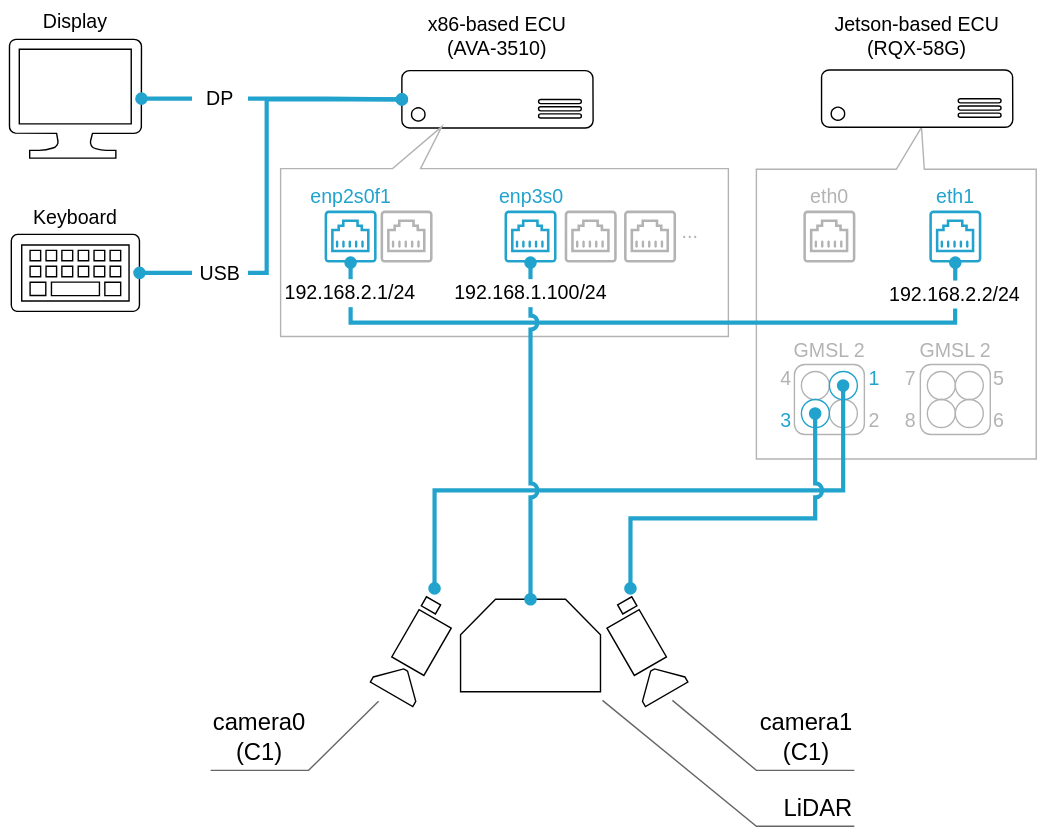
tier4/edge-auto keeps this draw.io diagram as docs/tutorials/connection.drawio.svg. Above is the earlier version. Source tidied: cells renumbered, new cells last; positions are measured from the earlier drawing's top-left corner, leaving out a move shared by most shapes.
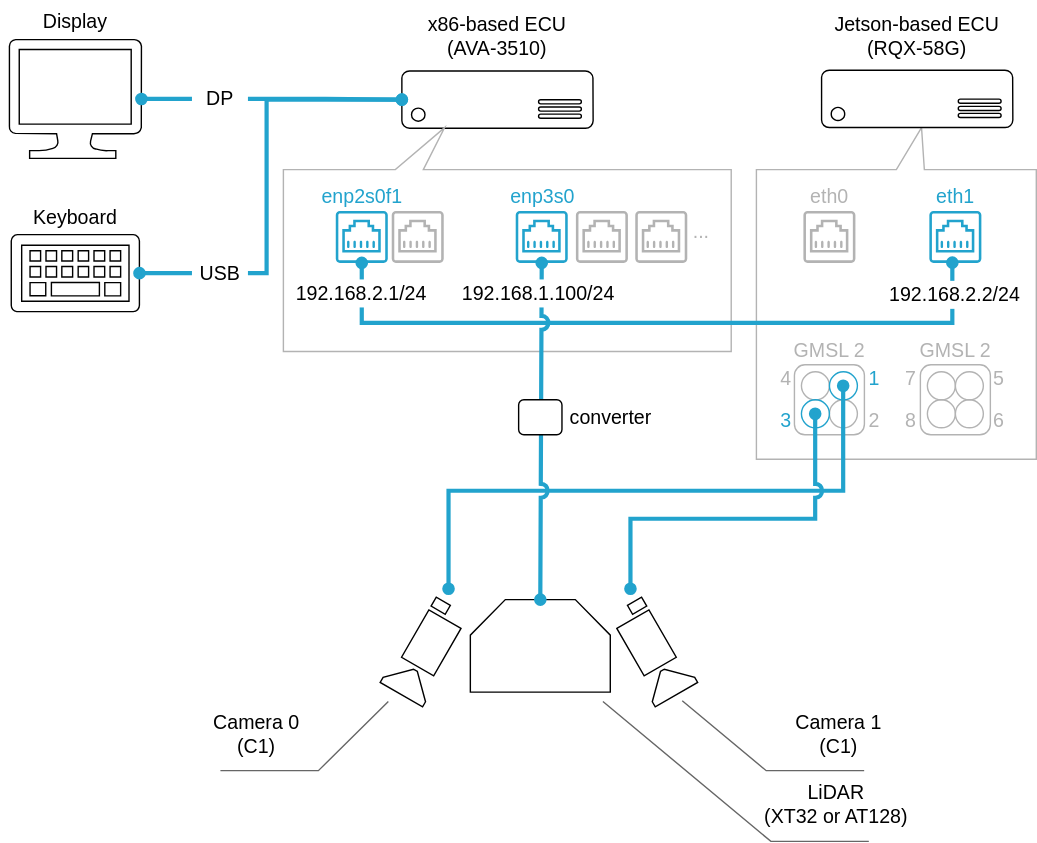
After the commit.

What changed in the source:
```diff
@@ -1,2 +1,2 @@
-<mxGraphModel>
+<mxGraphModel background="#ffffff">
   <root>
@@ -5,3 +5,3 @@
     <mxCell id="2" style="sketch=0;shadow=0;dashed=0;html=1;labelPosition=center;verticalLabelPosition=bottom;verticalAlign=top;align=center;shape=mxgraph.office.devices.video_camera;fontSize=24;flipH=1;direction=south;rotation=30;" parent="1" vertex="1">
-      <mxGeometry x="280" y="427.8" width="35" height="72.8" as="geometry" />
+      <mxGeometry x="287" y="427.8" width="35" height="72.8" as="geometry" />
     </mxCell>
@@ -10,3 +10,3 @@
     </mxCell>
-    <mxCell id="4" value="&lt;font style=&quot;font-size: 14px;&quot;&gt;&lt;span style=&quot;font-size: 14px;&quot;&gt;x86-based ECU&lt;br&gt;(AVA-3510)&lt;br&gt;&lt;/span&gt;&lt;/font&gt;" style="text;html=1;strokeColor=none;fillColor=none;align=center;verticalAlign=middle;whiteSpace=wrap;rounded=0;fontSize=14;fontStyle=0;" parent="1" vertex="1">
+    <mxCell id="4" value="&lt;font style=&quot;font-size: 14px;&quot;&gt;&lt;span style=&quot;font-size: 14px;&quot;&gt;x86-based ECU&lt;br&gt;(AVA-3510)&lt;br&gt;&lt;/span&gt;&lt;/font&gt;" style="text;html=1;strokeColor=none;fillColor=none;align=center;verticalAlign=middle;whiteSpace=wrap;rounded=0;fontSize=14;fontStyle=0;fontColor=#000000;" parent="1" vertex="1">
       <mxGeometry x="270" y="10" width="170" height="30" as="geometry" />
@@ -65,3 +65,3 @@
     <mxCell id="22" style="sketch=0;shadow=0;dashed=0;html=1;labelPosition=center;verticalLabelPosition=bottom;verticalAlign=top;align=center;shape=mxgraph.office.devices.video_camera;fontSize=24;direction=south;rotation=330;" parent="1" vertex="1">
-      <mxGeometry x="440.2" y="427.8" width="35" height="72.8" as="geometry" />
+      <mxGeometry x="447.2" y="427.8" width="35" height="72.8" as="geometry" />
     </mxCell>
@@ -72,6 +72,7 @@
       <mxGeometry relative="1" as="geometry">
-        <mxPoint x="310" y="420" as="sourcePoint" />
+        <mxPoint x="320" y="420" as="sourcePoint" />
         <mxPoint x="602" y="275" as="targetPoint" />
         <Array as="points">
-          <mxPoint x="310" y="350" />
+          <mxPoint x="320" y="420" />
+          <mxPoint x="320" y="350" />
           <mxPoint x="602" y="350" />
@@ -95,6 +96,6 @@
     </mxCell>
-    <mxCell id="30" value="&lt;font style=&quot;font-size: 14px&quot;&gt;&lt;span style=&quot;font-size: 14px&quot;&gt;Display&lt;/span&gt;&lt;/font&gt;" style="text;html=1;strokeColor=none;fillColor=none;align=center;verticalAlign=middle;whiteSpace=wrap;rounded=0;fontSize=14;fontStyle=0;" parent="1" vertex="1">
+    <mxCell id="30" value="&lt;font style=&quot;font-size: 14px&quot;&gt;&lt;span style=&quot;font-size: 14px&quot;&gt;Display&lt;/span&gt;&lt;/font&gt;" style="text;html=1;strokeColor=none;fillColor=none;align=center;verticalAlign=middle;whiteSpace=wrap;rounded=0;fontSize=14;fontStyle=0;fontColor=#000000;" parent="1" vertex="1">
       <mxGeometry width="106.7" height="30" as="geometry" />
     </mxCell>
-    <mxCell id="31" value="&lt;font style=&quot;font-size: 14px&quot;&gt;&lt;span style=&quot;font-size: 14px&quot;&gt;Keyboard&lt;/span&gt;&lt;/font&gt;" style="text;html=1;strokeColor=none;fillColor=none;align=center;verticalAlign=middle;whiteSpace=wrap;rounded=0;fontSize=14;fontStyle=0;" parent="1" vertex="1">
+    <mxCell id="31" value="&lt;font style=&quot;font-size: 14px&quot;&gt;&lt;span style=&quot;font-size: 14px&quot;&gt;Keyboard&lt;/span&gt;&lt;/font&gt;" style="text;html=1;strokeColor=none;fillColor=none;align=center;verticalAlign=middle;whiteSpace=wrap;rounded=0;fontSize=14;fontStyle=0;fontColor=#000000;" parent="1" vertex="1">
       <mxGeometry y="140" width="106.7" height="30" as="geometry" />
@@ -136,3 +137,3 @@
     </mxCell>
-    <mxCell id="42" value="&lt;font style=&quot;font-size: 14px;&quot;&gt;&lt;span style=&quot;font-size: 14px;&quot;&gt;Jetson-based ECU&lt;br&gt;(RQX-58G)&lt;br&gt;&lt;/span&gt;&lt;/font&gt;" style="text;html=1;strokeColor=none;fillColor=none;align=center;verticalAlign=middle;whiteSpace=wrap;rounded=0;fontSize=14;fontStyle=0;" parent="1" vertex="1">
+    <mxCell id="42" value="&lt;font style=&quot;font-size: 14px;&quot;&gt;&lt;span style=&quot;font-size: 14px;&quot;&gt;Jetson-based ECU&lt;br&gt;(RQX-58G)&lt;br&gt;&lt;/span&gt;&lt;/font&gt;" style="text;html=1;strokeColor=none;fillColor=none;align=center;verticalAlign=middle;whiteSpace=wrap;rounded=0;fontSize=14;fontStyle=0;fontColor=#000000;" parent="1" vertex="1">
       <mxGeometry x="570" y="10" width="170" height="30" as="geometry" />
@@ -140,15 +141,15 @@
     <mxCell id="43" style="shape=callout;whiteSpace=wrap;html=1;perimeter=calloutPerimeter;fontFamily=Helvetica;fontSize=20;strokeColor=#B3B3B3;fillColor=none;position2=0.36;flipH=0;flipV=1;size=30;position=0.25;" parent="1" vertex="1">
-      <mxGeometry x="200" y="90" width="320" height="150" as="geometry" />
+      <mxGeometry x="202" y="90.5" width="320" height="160" as="geometry" />
     </mxCell>
     <mxCell id="44" style="verticalLabelPosition=bottom;outlineConnect=0;align=center;dashed=0;html=1;verticalAlign=top;shape=mxgraph.pid.misc.bin;rotation=-180;" parent="1" vertex="1">
-      <mxGeometry x="328.6" y="427.8" width="100" height="66.1" as="geometry" />
+      <mxGeometry x="335.6" y="427.8" width="100" height="66.1" as="geometry" />
     </mxCell>
-    <mxCell id="45" value="&lt;div style=&quot;text-align: center;&quot;&gt;&lt;span style=&quot;background-color: initial;&quot;&gt;&lt;font color=&quot;#000000&quot;&gt;camera0&lt;/font&gt;&lt;/span&gt;&lt;/div&gt;&lt;div style=&quot;text-align: center;&quot;&gt;&lt;span style=&quot;background-color: initial;&quot;&gt;&lt;font color=&quot;#000000&quot;&gt;(C1)&lt;/font&gt;&lt;/span&gt;&lt;/div&gt;" style="strokeWidth=1;shadow=0;dashed=0;align=center;html=1;shape=mxgraph.mockup.text.callout;linkText=;textSize=17;textColor=#666666;callDir=SW;callStyle=line;fontSize=17;fontColor=#666666;align=left;verticalAlign=bottom;strokeColor=#666666;" parent="1" vertex="1">
-      <mxGeometry x="150" y="500.6" width="120" height="49.5" as="geometry" />
+    <mxCell id="45" value="&lt;div style=&quot;text-align: center; font-size: 14px;&quot;&gt;&lt;br&gt;&lt;/div&gt;" style="strokeWidth=1;shadow=0;dashed=0;align=center;html=1;shape=mxgraph.mockup.text.callout;linkText=;textSize=17;textColor=#666666;callDir=SW;callStyle=line;fontSize=14;fontColor=#000000;align=left;verticalAlign=bottom;strokeColor=#666666;" parent="1" vertex="1">
+      <mxGeometry x="157" y="500.6" width="120" height="49.5" as="geometry" />
     </mxCell>
-    <mxCell id="46" value="&lt;div style=&quot;text-align: center;&quot;&gt;&lt;span style=&quot;background-color: initial;&quot;&gt;&lt;font color=&quot;#000000&quot;&gt;camera1&lt;/font&gt;&lt;/span&gt;&lt;/div&gt;&lt;div style=&quot;text-align: center;&quot;&gt;&lt;span style=&quot;background-color: initial;&quot;&gt;&lt;font color=&quot;#000000&quot;&gt;(C1)&lt;/font&gt;&lt;/span&gt;&lt;/div&gt;" style="strokeWidth=1;shadow=0;dashed=0;align=center;html=1;shape=mxgraph.mockup.text.callout;linkText=;textSize=17;textColor=#666666;callDir=SE;callStyle=line;fontSize=17;fontColor=#666666;align=right;verticalAlign=bottom;strokeColor=#666666;" parent="1" vertex="1">
-      <mxGeometry x="480" y="500" width="130" height="50" as="geometry" />
+    <mxCell id="46" value="&lt;div style=&quot;text-align: center; font-size: 14px;&quot;&gt;&lt;br&gt;&lt;/div&gt;" style="strokeWidth=1;shadow=0;dashed=0;align=center;html=1;shape=mxgraph.mockup.text.callout;linkText=;textSize=17;textColor=#666666;callDir=SE;callStyle=line;fontSize=14;fontColor=#000000;align=right;verticalAlign=bottom;strokeColor=#666666;" parent="1" vertex="1">
+      <mxGeometry x="487" y="500" width="130" height="50" as="geometry" />
     </mxCell>
-    <mxCell id="47" value="&lt;div style=&quot;text-align: center;&quot;&gt;&lt;font color=&quot;#000000&quot;&gt;LiDAR&lt;/font&gt;&lt;/div&gt;" style="strokeWidth=1;shadow=0;dashed=0;align=center;html=1;shape=mxgraph.mockup.text.callout;linkText=;textSize=17;textColor=#666666;callDir=SE;callStyle=line;fontSize=17;fontColor=#666666;align=right;verticalAlign=bottom;strokeColor=#666666;" parent="1" vertex="1">
-      <mxGeometry x="430" y="500" width="180" height="90" as="geometry" />
+    <mxCell id="47" value="&lt;div style=&quot;text-align: center; font-size: 14px;&quot;&gt;&lt;br&gt;&lt;/div&gt;" style="strokeWidth=1;shadow=0;dashed=0;align=center;html=1;shape=mxgraph.mockup.text.callout;linkText=;textSize=17;textColor=#666666;callDir=SE;callStyle=line;fontSize=14;fontColor=#000000;align=right;verticalAlign=bottom;strokeColor=#666666;" parent="1" vertex="1">
+      <mxGeometry x="430.3" y="500.6" width="190" height="100" as="geometry" />
     </mxCell>
@@ -176,7 +177,9 @@
     </mxCell>
-    <mxCell id="53" style="edgeStyle=orthogonalEdgeStyle;rounded=0;jettySize=auto;html=1;strokeColor=#22A3CD;endArrow=oval;endFill=1;startArrow=oval;startFill=1;strokeWidth=3;" parent="1" edge="1" source="54" target="48">
+    <mxCell id="53" style="edgeStyle=orthogonalEdgeStyle;rounded=0;jettySize=auto;html=1;strokeColor=#22A3CD;endArrow=oval;endFill=1;startArrow=oval;startFill=1;strokeWidth=3;" parent="1" edge="1" source="54">
       <mxGeometry relative="1" as="geometry">
+        <mxPoint x="680" y="187" as="targetPoint" />
         <Array as="points">
-          <mxPoint x="250" y="230" />
-          <mxPoint x="682" y="230" />
+          <mxPoint x="258" y="230" />
+          <mxPoint x="680" y="230" />
+          <mxPoint x="680" y="187" />
         </Array>
@@ -185,6 +188,6 @@
     <mxCell id="54" style="sketch=0;shadow=0;dashed=0;html=1;strokeColor=none;fillColor=#22A3CD;labelPosition=center;verticalLabelPosition=bottom;verticalAlign=top;align=center;outlineConnect=0;shape=mxgraph.vvd.ethernet_port;rotation=-180;" parent="1" vertex="1">
-      <mxGeometry x="231.4" y="150" width="37.2" height="37.2" as="geometry" />
+      <mxGeometry x="239.4" y="150" width="37.2" height="37.2" as="geometry" />
     </mxCell>
     <mxCell id="55" style="sketch=0;shadow=0;dashed=0;html=1;strokeColor=none;fillColor=#b3b3b3;labelPosition=center;verticalLabelPosition=bottom;verticalAlign=top;align=center;shape=mxgraph.vvd.ethernet_port;rotation=-180;" parent="1" vertex="1">
-      <mxGeometry x="271.4" y="150" width="37.2" height="37.2" as="geometry" />
+      <mxGeometry x="279.4" y="150" width="37.2" height="37.2" as="geometry" />
     </mxCell>
@@ -194,28 +197,43 @@
     <mxCell id="57" style="sketch=0;shadow=0;dashed=0;html=1;strokeColor=none;fillColor=#22A3CD;labelPosition=center;verticalLabelPosition=bottom;verticalAlign=top;align=center;outlineConnect=0;shape=mxgraph.vvd.ethernet_port;rotation=-180;" parent="1" vertex="1">
-      <mxGeometry x="360" y="150" width="37.2" height="37.2" as="geometry" />
+      <mxGeometry x="368" y="150" width="37.2" height="37.2" as="geometry" />
     </mxCell>
     <mxCell id="58" style="sketch=0;shadow=0;dashed=0;html=1;strokeColor=none;fillColor=#b3b3b3;labelPosition=center;verticalLabelPosition=bottom;verticalAlign=top;align=center;shape=mxgraph.vvd.ethernet_port;rotation=-180;" parent="1" vertex="1">
-      <mxGeometry x="403" y="150" width="37.2" height="37.2" as="geometry" />
+      <mxGeometry x="411" y="150" width="37.2" height="37.2" as="geometry" />
     </mxCell>
     <mxCell id="59" style="sketch=0;shadow=0;dashed=0;html=1;strokeColor=none;fillColor=#b3b3b3;labelPosition=center;verticalLabelPosition=bottom;verticalAlign=top;align=center;shape=mxgraph.vvd.ethernet_port;rotation=-180;" parent="1" vertex="1">
-      <mxGeometry x="445.4" y="150" width="37.2" height="37.2" as="geometry" />
+      <mxGeometry x="453.4" y="150" width="37.2" height="37.2" as="geometry" />
     </mxCell>
     <mxCell id="60" value="&lt;font color=&quot;#22a3cd&quot;&gt;&lt;span style=&quot;font-size: 14px;&quot;&gt;enp2s0f1&lt;/span&gt;&lt;/font&gt;" style="text;html=1;align=center;verticalAlign=middle;strokeColor=none;fillColor=none;fontSize=28;" parent="1" vertex="1">
-      <mxGeometry x="210" y="110" width="80" height="50" as="geometry" />
+      <mxGeometry x="218" y="110" width="80" height="50" as="geometry" />
     </mxCell>
     <mxCell id="61" value="&lt;font color=&quot;#22a3cd&quot;&gt;&lt;span style=&quot;font-size: 14px;&quot;&gt;enp3s0&lt;/span&gt;&lt;/font&gt;" style="text;html=1;align=center;verticalAlign=middle;strokeColor=none;fillColor=none;fontSize=28;" parent="1" vertex="1">
-      <mxGeometry x="343.6" y="110" width="70" height="50" as="geometry" />
+      <mxGeometry x="351.6" y="110" width="70" height="50" as="geometry" />
     </mxCell>
-    <mxCell id="62" value="&lt;font style=&quot;font-size: 14px&quot;&gt;&lt;span style=&quot;font-size: 14px&quot;&gt;192.168.2.1/24&lt;/span&gt;&lt;/font&gt;" style="text;html=1;strokeColor=none;fillColor=default;align=center;verticalAlign=middle;whiteSpace=wrap;rounded=0;fontSize=14;fontStyle=0;" parent="1" vertex="1">
-      <mxGeometry x="210" y="199" width="80" height="20" as="geometry" />
+    <mxCell id="62" value="&lt;font style=&quot;font-size: 14px&quot;&gt;&lt;span style=&quot;font-size: 14px&quot;&gt;192.168.2.1/24&lt;/span&gt;&lt;/font&gt;" style="text;html=1;strokeColor=none;fillColor=default;align=center;verticalAlign=middle;whiteSpace=wrap;rounded=0;fontSize=14;fontStyle=0;fontColor=#000000;" parent="1" vertex="1">
+      <mxGeometry x="208" y="199" width="100" height="20" as="geometry" />
     </mxCell>
-    <mxCell id="63" value="&lt;font style=&quot;font-size: 14px&quot;&gt;&lt;span style=&quot;font-size: 14px&quot;&gt;192.168.2.2/24&lt;/span&gt;&lt;/font&gt;" style="text;html=1;strokeColor=none;fillColor=default;align=center;verticalAlign=middle;whiteSpace=wrap;rounded=0;fontSize=14;fontStyle=0;" parent="1" vertex="1">
-      <mxGeometry x="642.2" y="200" width="80" height="20" as="geometry" />
+    <mxCell id="63" value="&lt;font style=&quot;font-size: 14px&quot;&gt;&lt;span style=&quot;font-size: 14px&quot;&gt;192.168.2.2/24&lt;/span&gt;&lt;/font&gt;" style="text;html=1;strokeColor=none;fillColor=default;align=center;verticalAlign=middle;whiteSpace=wrap;rounded=0;fontSize=14;fontStyle=0;fontColor=#000000;" parent="1" vertex="1">
+      <mxGeometry x="631.1" y="200" width="102.2" height="20" as="geometry" />
     </mxCell>
-    <mxCell id="64" value="&lt;font style=&quot;font-size: 14px&quot;&gt;&lt;span style=&quot;font-size: 14px&quot;&gt;192.168.1.100/24&lt;br&gt;&lt;/span&gt;&lt;/font&gt;" style="text;html=1;strokeColor=none;fillColor=default;align=center;verticalAlign=middle;whiteSpace=wrap;rounded=0;fontSize=14;fontStyle=0;" parent="1" vertex="1">
-      <mxGeometry x="338.6" y="199" width="80" height="20" as="geometry" />
+    <mxCell id="64" value="&lt;font style=&quot;font-size: 14px&quot;&gt;&lt;span style=&quot;font-size: 14px&quot;&gt;192.168.1.100/24&lt;br&gt;&lt;/span&gt;&lt;/font&gt;" style="text;html=1;strokeColor=none;fillColor=default;align=center;verticalAlign=middle;whiteSpace=wrap;rounded=0;fontSize=14;fontStyle=0;fontColor=#000000;" parent="1" vertex="1">
+      <mxGeometry x="320.9" y="199" width="127.1" height="20" as="geometry" />
     </mxCell>
     <mxCell id="65" value="&lt;font style=&quot;font-size: 14px&quot;&gt;&lt;span style=&quot;font-size: 14px&quot;&gt;&lt;font color=&quot;#b3b3b3&quot;&gt;...&lt;/font&gt;&lt;br&gt;&lt;/span&gt;&lt;/font&gt;" style="text;html=1;strokeColor=none;fillColor=none;align=left;verticalAlign=middle;whiteSpace=wrap;rounded=0;fontSize=14;fontStyle=0;" parent="1" vertex="1">
-      <mxGeometry x="485" y="155" width="35" height="20" as="geometry" />
+      <mxGeometry x="493" y="155" width="35" height="20" as="geometry" />
     </mxCell>
+    <mxCell id="66" style="rounded=1;whiteSpace=wrap;html=1;fontSize=14;fontColor=#F0F0F0;" parent="1" vertex="1">
+      <mxGeometry x="370.1" y="285" width="31" height="25" as="geometry" />
+    </mxCell>
+    <mxCell id="67" value="&lt;font style=&quot;font-size: 14px;&quot;&gt;&lt;span style=&quot;font-size: 14px;&quot;&gt;converter&lt;br&gt;&lt;/span&gt;&lt;/font&gt;" style="text;html=1;strokeColor=none;fillColor=none;align=left;verticalAlign=middle;whiteSpace=wrap;rounded=0;fontSize=14;fontStyle=0;fontColor=#000000;" parent="1" vertex="1">
+      <mxGeometry x="404.6" y="282.5" width="87" height="30" as="geometry" />
+    </mxCell>
+    <mxCell id="68" value="&lt;div style=&quot;border-color: rgb(0, 0, 0); color: rgb(0, 0, 0); font-family: Helvetica; font-size: 14px; font-style: normal; font-variant-ligatures: normal; font-variant-caps: normal; font-weight: 400; letter-spacing: normal; orphans: 2; text-indent: 0px; text-transform: none; widows: 2; word-spacing: 0px; -webkit-text-stroke-width: 0px; text-decoration-thickness: initial; text-decoration-style: initial; text-decoration-color: initial; text-align: center;&quot;&gt;&lt;font style=&quot;border-color: rgb(0, 0, 0); font-size: 14px;&quot;&gt;LiDAR&lt;/font&gt;&lt;/div&gt;&lt;div style=&quot;border-color: rgb(0, 0, 0); color: rgb(0, 0, 0); font-family: Helvetica; font-size: 14px; font-style: normal; font-variant-ligatures: normal; font-variant-caps: normal; font-weight: 400; letter-spacing: normal; orphans: 2; text-indent: 0px; text-transform: none; widows: 2; word-spacing: 0px; -webkit-text-stroke-width: 0px; text-decoration-thickness: initial; text-decoration-style: initial; text-decoration-color: initial; text-align: center;&quot;&gt;&lt;font style=&quot;border-color: rgb(0, 0, 0); font-size: 14px;&quot;&gt;(XT32 or AT128)&lt;/font&gt;&lt;/div&gt;" style="text;html=1;fontSize=14;fontColor=#000000;whiteSpace=wrap;fillColor=none;" parent="1" vertex="1">
+      <mxGeometry x="544.2" y="550.5" width="110" height="50" as="geometry" />
+    </mxCell>
+    <mxCell id="69" value="&lt;div style=&quot;border-color: rgb(0, 0, 0); color: rgb(0, 0, 0); font-family: Helvetica; font-size: 14px; font-style: normal; font-variant-ligatures: normal; font-variant-caps: normal; font-weight: 400; letter-spacing: normal; orphans: 2; text-indent: 0px; text-transform: none; widows: 2; word-spacing: 0px; -webkit-text-stroke-width: 0px; text-decoration-thickness: initial; text-decoration-style: initial; text-decoration-color: initial;&quot;&gt;Camera 1&lt;/div&gt;&lt;div style=&quot;border-color: rgb(0, 0, 0); color: rgb(0, 0, 0); font-family: Helvetica; font-size: 14px; font-style: normal; font-variant-ligatures: normal; font-variant-caps: normal; font-weight: 400; letter-spacing: normal; orphans: 2; text-indent: 0px; text-transform: none; widows: 2; word-spacing: 0px; -webkit-text-stroke-width: 0px; text-decoration-thickness: initial; text-decoration-style: initial; text-decoration-color: initial;&quot;&gt;(C1)&lt;/div&gt;" style="text;html=1;fontSize=14;fontColor=#000000;whiteSpace=wrap;fillColor=none;align=center;" parent="1" vertex="1">
+      <mxGeometry x="544.2" y="500.5" width="110" height="50" as="geometry" />
+    </mxCell>
+    <mxCell id="70" value="&lt;div style=&quot;border-color: rgb(0, 0, 0); color: rgb(0, 0, 0); font-family: Helvetica; font-size: 14px; font-style: normal; font-variant-ligatures: normal; font-variant-caps: normal; font-weight: 400; letter-spacing: normal; orphans: 2; text-indent: 0px; text-transform: none; widows: 2; word-spacing: 0px; -webkit-text-stroke-width: 0px; text-decoration-thickness: initial; text-decoration-style: initial; text-decoration-color: initial;&quot;&gt;Camera 0&lt;/div&gt;&lt;div style=&quot;border-color: rgb(0, 0, 0); color: rgb(0, 0, 0); font-family: Helvetica; font-size: 14px; font-style: normal; font-variant-ligatures: normal; font-variant-caps: normal; font-weight: 400; letter-spacing: normal; orphans: 2; text-indent: 0px; text-transform: none; widows: 2; word-spacing: 0px; -webkit-text-stroke-width: 0px; text-decoration-thickness: initial; text-decoration-style: initial; text-decoration-color: initial;&quot;&gt;(C1)&lt;/div&gt;" style="text;html=1;fontSize=14;fontColor=#000000;whiteSpace=wrap;fillColor=none;align=center;" parent="1" vertex="1">
+      <mxGeometry x="128.4" y="500.5" width="110" height="50" as="geometry" />
+    </mxCell>
   </root>
```
